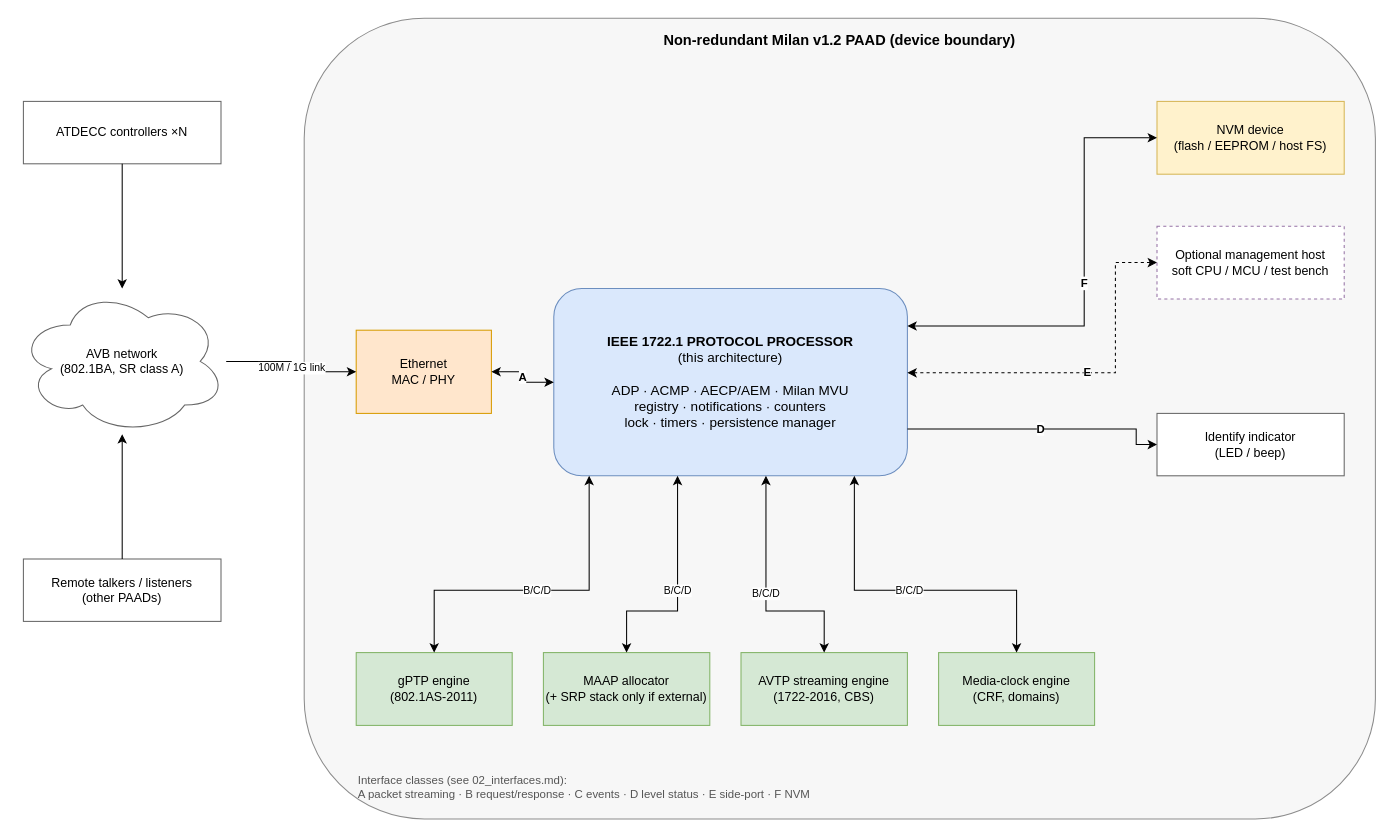
The draw.io diagram docs/diagrams/src/01-system-context.drawio in Mister-M-alt/protocol-processor-control-plane-avb-milan, before the edit. Source tidied: cells renumbered, new cells numbered last; positions are measured from the earlier drawing's top-left corner, leaving out a move shared by most shapes. Both pictures are drawn from the tidied source at 104%, with x=0, y=0 at pixel (18, 18).
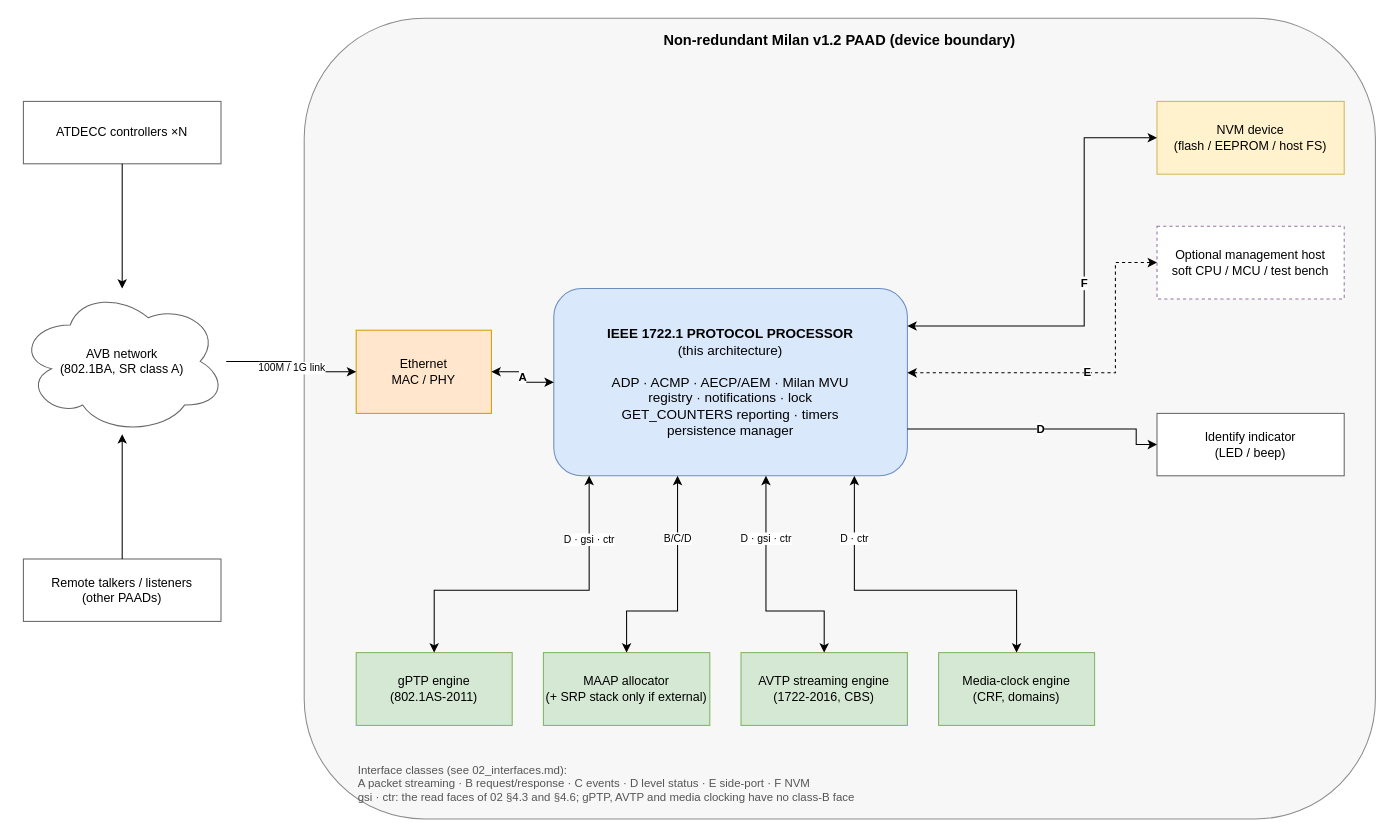
The same page after the edit.

Commit message (it also covers changes not shown here):
Redraw F01.1, F01.2 and F03.1 to the landed top: no counter block or bank, no gPTP, AVTP or media-clock adapter, the faces of 02 §4

The change refers to these unchanged cells:
```xml
<mxCell id="8" value="gPTP engine&#10;(802.1AS-2011)" style="rounded=0;whiteSpace=wrap;html=1;fillColor=#d5e8d4;strokeColor=#82b366;fontSize=12;" parent="1" vertex="1">
  <mxGeometry x="325" y="610" width="150" height="70" as="geometry" />
</mxCell>
<mxCell id="9" value="MAAP allocator&#10;(+ SRP stack only if external)" style="rounded=0;whiteSpace=wrap;html=1;fillColor=#d5e8d4;strokeColor=#82b366;fontSize=12;" parent="1" vertex="1">
  <mxGeometry x="505" y="610" width="160" height="70" as="geometry" />
</mxCell>
<mxCell id="10" value="AVTP streaming engine&#10;(1722-2016, CBS)" style="rounded=0;whiteSpace=wrap;html=1;fillColor=#d5e8d4;strokeColor=#82b366;fontSize=12;" parent="1" vertex="1">
  <mxGeometry x="695" y="610" width="160" height="70" as="geometry" />
</mxCell>
<mxCell id="11" value="Media-clock engine&#10;(CRF, domains)" style="rounded=0;whiteSpace=wrap;html=1;fillColor=#d5e8d4;strokeColor=#82b366;fontSize=12;" parent="1" vertex="1">
  <mxGeometry x="885" y="610" width="150" height="70" as="geometry" />
</mxCell>
```

The edit, as a diff of the source:
```diff
@@
-    <mxCell id="7" value="&lt;b&gt;IEEE 1722.1 PROTOCOL PROCESSOR&lt;/b&gt;&#10;(this architecture)&#10;&#10;ADP · ACMP · AECP/AEM · Milan MVU&#10;registry · notifications · counters&#10;lock · timers · persistence manager" style="rounded=1;whiteSpace=wrap;html=1;fillColor=#dae8fc;strokeColor=#6c8ebf;fontSize=13;verticalAlign=middle;" parent="1" vertex="1">
+    <mxCell id="7" value="&lt;b&gt;IEEE 1722.1 PROTOCOL PROCESSOR&lt;/b&gt;&#10;(this architecture)&#10;&#10;ADP · ACMP · AECP/AEM · Milan MVU&#10;registry · notifications · lock&#10;GET_COUNTERS reporting · timers&#10;persistence manager" style="rounded=1;whiteSpace=wrap;html=1;fillColor=#dae8fc;strokeColor=#6c8ebf;fontSize=13;verticalAlign=middle;" parent="1" vertex="1">
       <mxGeometry x="515" y="260" width="340" height="180" as="geometry" />
     </mxCell>
@@
-    <mxCell id="15" value="Interface classes (see 02_interfaces.md):&#10;A packet streaming · B request/response · C events · D level status · E side-port · F NVM" style="text;html=1;whiteSpace=wrap;align=left;verticalAlign=top;fontSize=11;fontColor=#555555;" parent="1" vertex="1">
-      <mxGeometry x="325" y="720" width="620" height="40" as="geometry" />
+    <mxCell id="15" value="Interface classes (see 02_interfaces.md):&#10;A packet streaming · B request/response · C events · D level status · E side-port · F NVM&#10;gsi · ctr: the read faces of 02 §4.3 and §4.6; gPTP, AVTP and media clocking have no class-B face" style="text;html=1;whiteSpace=wrap;align=left;verticalAlign=top;fontSize=11;fontColor=#555555;" parent="1" vertex="1">
+      <mxGeometry x="325" y="710" width="700" height="55" as="geometry" />
     </mxCell>
@@
-    <mxCell id="20" value="B/C/D" style="edgeStyle=orthogonalEdgeStyle;rounded=0;html=1;fontSize=10;labelBackgroundColor=#ffffff;startArrow=classic;startFill=1;exitX=0.1;exitY=1;exitDx=0;exitDy=0;entryX=0.5;entryY=0;entryDx=0;entryDy=0;" parent="1" edge="1" source="7" target="8">
-      <mxGeometry relative="1" as="geometry">
+    <mxCell id="20" value="D · gsi · ctr" style="edgeStyle=orthogonalEdgeStyle;rounded=0;html=1;fontSize=10;labelBackgroundColor=#ffffff;startArrow=classic;startFill=1;exitX=0.1;exitY=1;exitDx=0;exitDy=0;entryX=0.5;entryY=0;entryDx=0;entryDy=0;" parent="1" edge="1" source="7" target="8">
+      <mxGeometry x="-0.62" relative="1" as="geometry">
         <Array as="points">
           <mxPoint x="549" y="550" />
           <mxPoint x="400" y="550" />
         </Array>
       </mxGeometry>
     </mxCell>
     <mxCell id="21" value="B/C/D" style="edgeStyle=orthogonalEdgeStyle;rounded=0;html=1;fontSize=10;labelBackgroundColor=#ffffff;startArrow=classic;startFill=1;exitX=0.35;exitY=1;exitDx=0;exitDy=0;entryX=0.5;entryY=0;entryDx=0;entryDy=0;" parent="1" edge="1" source="7" target="9">
-      <mxGeometry relative="1" as="geometry">
+      <mxGeometry x="-0.45" relative="1" as="geometry">
         <Array as="points">
           <mxPoint x="634" y="570" />
           <mxPoint x="585" y="570" />
         </Array>
       </mxGeometry>
     </mxCell>
-    <mxCell id="22" value="B/C/D" style="edgeStyle=orthogonalEdgeStyle;rounded=0;html=1;fontSize=10;labelBackgroundColor=#ffffff;startArrow=classic;startFill=1;exitX=0.6;exitY=1;exitDx=0;exitDy=0;entryX=0.5;entryY=0;entryDx=0;entryDy=0;" parent="1" edge="1" source="7" target="10">
-      <mxGeometry relative="1" as="geometry">
+    <mxCell id="22" value="D · gsi · ctr" style="edgeStyle=orthogonalEdgeStyle;rounded=0;html=1;fontSize=10;labelBackgroundColor=#ffffff;startArrow=classic;startFill=1;exitX=0.6;exitY=1;exitDx=0;exitDy=0;entryX=0.5;entryY=0;entryDx=0;entryDy=0;" parent="1" edge="1" source="7" target="10">
+      <mxGeometry x="-0.47" relative="1" as="geometry">
         <Array as="points">
           <mxPoint x="719" y="570" />
           <mxPoint x="775" y="570" />
         </Array>
       </mxGeometry>
     </mxCell>
-    <mxCell id="23" value="B/C/D" style="edgeStyle=orthogonalEdgeStyle;rounded=0;html=1;fontSize=10;labelBackgroundColor=#ffffff;startArrow=classic;startFill=1;exitX=0.85;exitY=1;exitDx=0;exitDy=0;entryX=0.5;entryY=0;entryDx=0;entryDy=0;" parent="1" edge="1" source="7" target="11">
-      <mxGeometry relative="1" as="geometry">
+    <mxCell id="23" value="D · ctr" style="edgeStyle=orthogonalEdgeStyle;rounded=0;html=1;fontSize=10;labelBackgroundColor=#ffffff;startArrow=classic;startFill=1;exitX=0.85;exitY=1;exitDx=0;exitDy=0;entryX=0.5;entryY=0;entryDx=0;entryDy=0;" parent="1" edge="1" source="7" target="11">
+      <mxGeometry x="-0.63" relative="1" as="geometry">
         <Array as="points">
           <mxPoint x="804" y="550" />
           <mxPoint x="960" y="550" />
         </Array>
       </mxGeometry>
     </mxCell>
```
